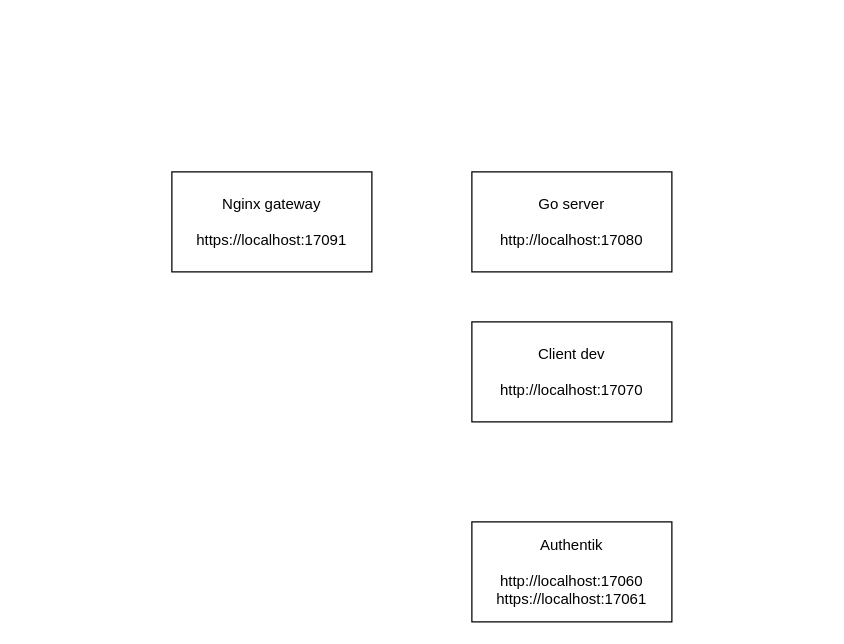
The draw.io diagram Design.drawio in andtkach/go-cinema-ticket, before the edit. Source tidied: cells renumbered, new cells numbered last; positions are measured from the earlier drawing's top-left corner, leaving out a move shared by most shapes. Both pictures are drawn from the tidied source at 125%, with x=0, y=0 at pixel (171, 171).
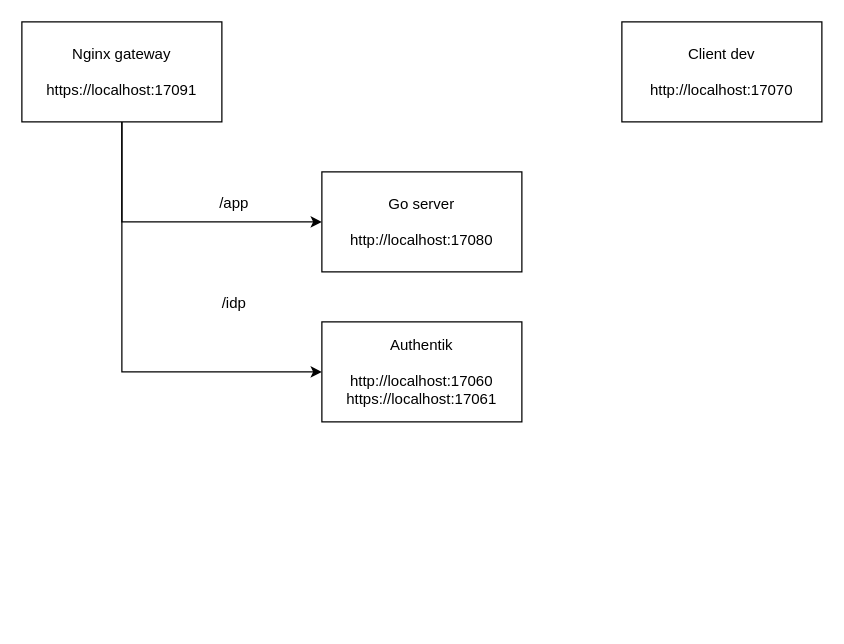
After the change.

What changed in the source:
```diff
@@
 <mxGraphModel>
   <root>
     <mxCell id="0" />
     <mxCell id="1" parent="0" />
     <mxCell id="2" value="Nginx gateway&lt;div&gt;&lt;span style=&quot;background-color: transparent; color: light-dark(rgb(0, 0, 0), rgb(255, 255, 255));&quot;&gt;&lt;br&gt;&lt;/span&gt;&lt;/div&gt;&lt;div&gt;&lt;span style=&quot;background-color: transparent; color: light-dark(rgb(0, 0, 0), rgb(255, 255, 255));&quot;&gt;https://localhost:17091&lt;/span&gt;&lt;/div&gt;" style="rounded=0;whiteSpace=wrap;html=1;" parent="1" vertex="1">
-      <mxGeometry width="160" height="80" as="geometry" />
+      <mxGeometry x="-120" y="-120" width="160" height="80" as="geometry" />
     </mxCell>
     <mxCell id="3" value="Go server&lt;div&gt;&lt;span style=&quot;background-color: transparent; color: light-dark(rgb(0, 0, 0), rgb(255, 255, 255));&quot;&gt;&lt;br&gt;&lt;/span&gt;&lt;/div&gt;&lt;div&gt;&lt;span style=&quot;background-color: transparent; color: light-dark(rgb(0, 0, 0), rgb(255, 255, 255));&quot;&gt;http://localhost:&lt;/span&gt;&lt;span style=&quot;background-color: transparent;&quot;&gt;17080&lt;/span&gt;&lt;/div&gt;" style="rounded=0;whiteSpace=wrap;html=1;" parent="1" vertex="1">
-      <mxGeometry x="240" width="160" height="80" as="geometry" />
+      <mxGeometry x="120" width="160" height="80" as="geometry" />
     </mxCell>
     <mxCell id="4" value="Client dev&lt;br&gt;&lt;div&gt;&lt;span style=&quot;background-color: transparent; color: light-dark(rgb(0, 0, 0), rgb(255, 255, 255));&quot;&gt;&lt;br&gt;&lt;/span&gt;&lt;/div&gt;&lt;div&gt;&lt;span style=&quot;background-color: transparent; color: light-dark(rgb(0, 0, 0), rgb(255, 255, 255));&quot;&gt;http://localhost:&lt;/span&gt;&lt;span style=&quot;background-color: transparent;&quot;&gt;17070&lt;/span&gt;&lt;/div&gt;" style="rounded=0;whiteSpace=wrap;html=1;" parent="1" vertex="1">
-      <mxGeometry x="240" y="120" width="160" height="80" as="geometry" />
+      <mxGeometry x="360" y="-120" width="160" height="80" as="geometry" />
     </mxCell>
     <mxCell id="5" value="&lt;div&gt;&lt;span style=&quot;background-color: transparent; color: light-dark(rgb(0, 0, 0), rgb(255, 255, 255));&quot;&gt;Authentik&lt;/span&gt;&lt;/div&gt;&lt;div&gt;&lt;span style=&quot;background-color: transparent; color: light-dark(rgb(0, 0, 0), rgb(255, 255, 255));&quot;&gt;&lt;br&gt;&lt;/span&gt;&lt;/div&gt;&lt;div&gt;&lt;span style=&quot;background-color: transparent; color: light-dark(rgb(0, 0, 0), rgb(255, 255, 255));&quot;&gt;http://localhost:&lt;/span&gt;&lt;span style=&quot;background-color: transparent;&quot;&gt;17060&lt;br&gt;&lt;/span&gt;&lt;/div&gt;&lt;div&gt;&lt;span style=&quot;color: light-dark(rgb(0, 0, 0), rgb(255, 255, 255)); background-color: transparent;&quot;&gt;https://localhost:&lt;/span&gt;&lt;span style=&quot;background-color: transparent;&quot;&gt;17061&lt;/span&gt;&lt;span style=&quot;background-color: transparent;&quot;&gt;&lt;/span&gt;&lt;/div&gt;" style="rounded=0;whiteSpace=wrap;html=1;" parent="1" vertex="1">
-      <mxGeometry x="240" y="280" width="160" height="80" as="geometry" />
+      <mxGeometry x="120" y="120" width="160" height="80" as="geometry" />
     </mxCell>
+    <mxCell id="6" style="endArrow=classic;html=1;rounded=0;exitX=0.5;exitY=1;exitDx=0;exitDy=0;" parent="1" edge="1" source="2">
+      <mxGeometry relative="1" as="geometry">
+        <mxPoint x="120" y="40" as="targetPoint" />
+        <Array as="points">
+          <mxPoint x="-40" y="40" />
+        </Array>
+      </mxGeometry>
+    </mxCell>
+    <mxCell id="7" value="/app" style="text;html=1;whiteSpace=wrap;strokeColor=none;fillColor=none;align=center;verticalAlign=middle;rounded=0;" parent="1" vertex="1">
+      <mxGeometry x="20" y="10" width="60" height="30" as="geometry" />
+    </mxCell>
+    <mxCell id="8" style="endArrow=classic;html=1;rounded=0;exitX=0.5;exitY=1;exitDx=0;exitDy=0;" parent="1" edge="1" source="2">
+      <mxGeometry relative="1" as="geometry">
+        <mxPoint x="120" y="160" as="targetPoint" />
+        <Array as="points">
+          <mxPoint x="-40" y="160" />
+        </Array>
+      </mxGeometry>
+    </mxCell>
+    <mxCell id="9" value="/idp" style="text;html=1;whiteSpace=wrap;strokeColor=none;fillColor=none;align=center;verticalAlign=middle;rounded=0;" parent="1" vertex="1">
+      <mxGeometry x="20" y="90" width="60" height="30" as="geometry" />
+    </mxCell>
   </root>
 </mxGraphModel>
```
